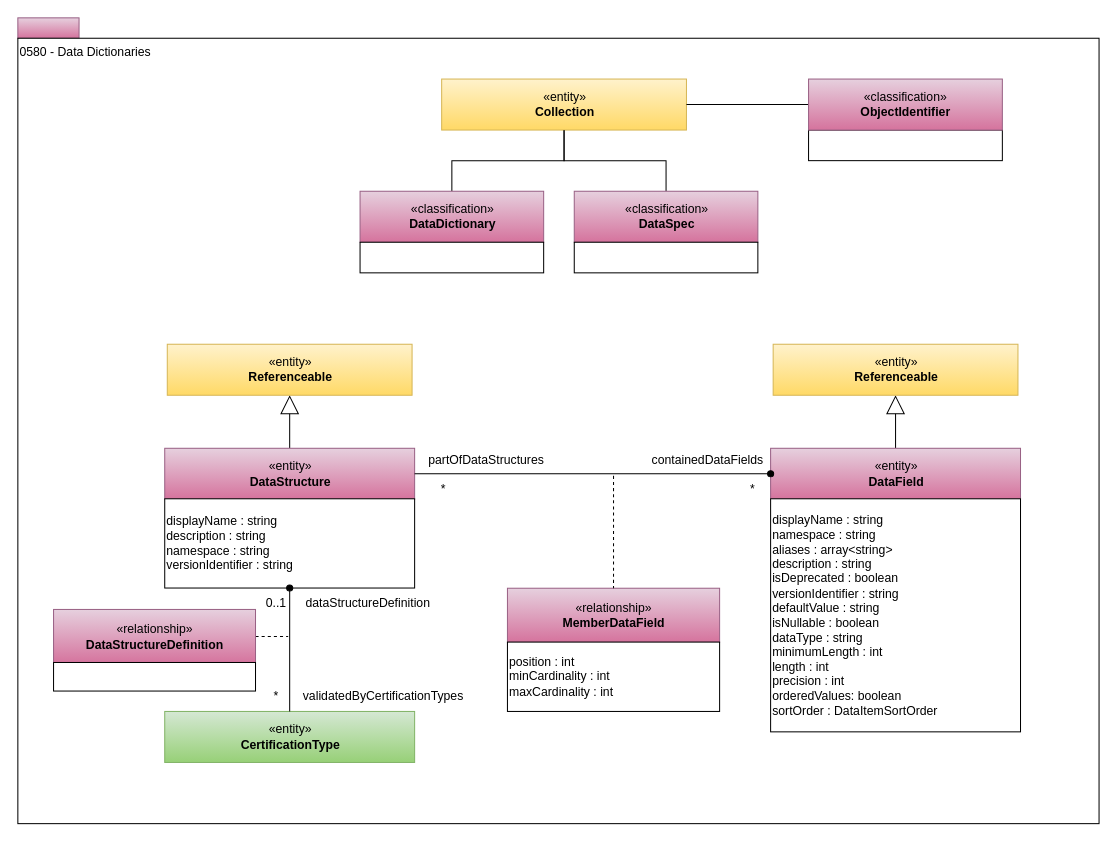
Earlier version of the draw.io diagram page "0580-Data-Dictionaries" (34 of 36) of site/docs/types/5/area-5-models-and-schema.drawio (odpi/egeria-docs). Source tidied: cells renumbered, new cells numbered last; positions are measured from the earlier drawing's top-left corner, leaving out a move shared by most shapes. Both pictures are drawn from the tidied source at 102%, with x=0, y=0 at pixel (17, 17).
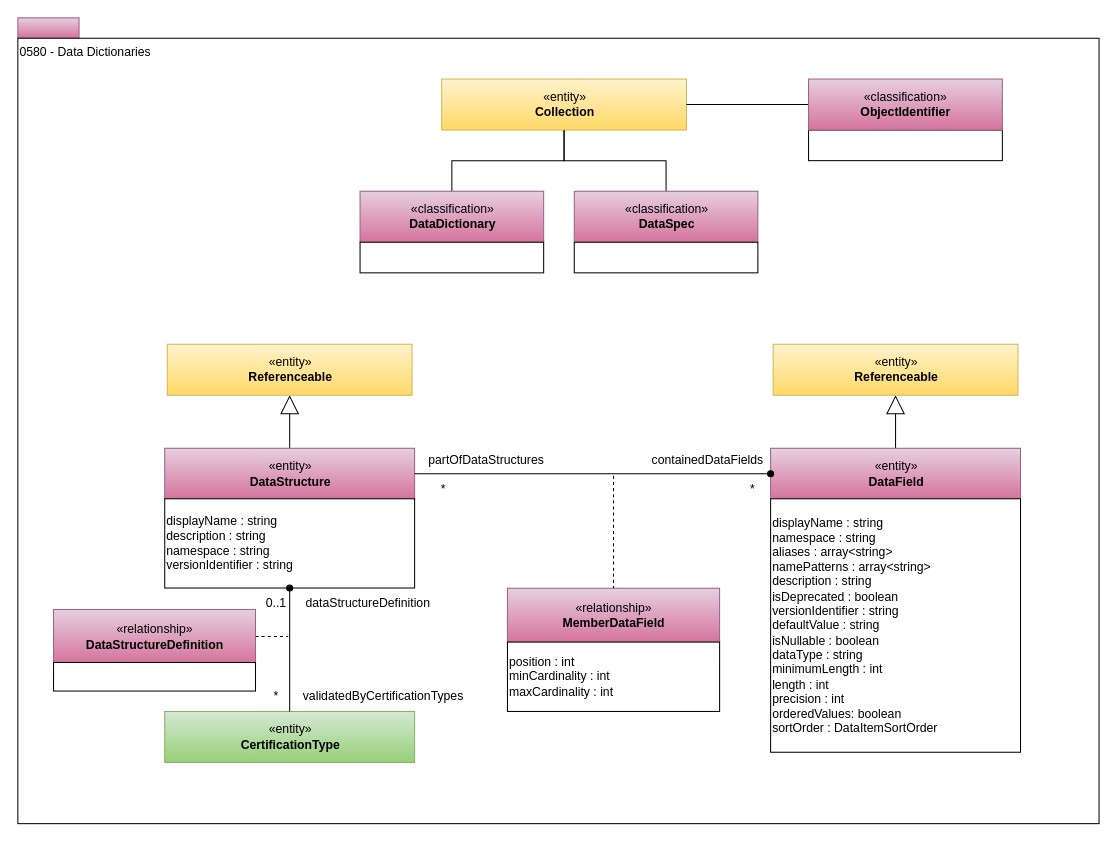
The same page after the edit.

Commit message (it also covers changes not shown here):
Move namePatterns to DataField

What changed in the source:
```diff
@@
-    <mxCell id="14" value="displayName : string&lt;div&gt;namespace : string&lt;/div&gt;&lt;div&gt;aliases : array&amp;lt;string&amp;gt;&lt;br&gt;description : string&lt;/div&gt;&lt;div&gt;isDeprecated : boolean&lt;br&gt;versionIdentifier : string&lt;/div&gt;&lt;div&gt;defaultValue : string&lt;div&gt;isNullable : boolean&lt;br&gt;&lt;/div&gt;&lt;/div&gt;&lt;div&gt;dataType : string&lt;br&gt;minimumLength : int&lt;br&gt;length : int&lt;br&gt;precision : int&lt;/div&gt;&lt;div&gt;&lt;span style=&quot;background-color: transparent; color: light-dark(rgb(0, 0, 0), rgb(255, 255, 255));&quot;&gt;orderedValues: boolean&lt;/span&gt;&lt;br&gt;&lt;/div&gt;&lt;div&gt;&lt;span style=&quot;background-color: transparent; color: light-dark(rgb(0, 0, 0), rgb(255, 255, 255));&quot;&gt;sortOrder : DataItemSortOrder&lt;/span&gt;&lt;/div&gt;" style="rounded=0;whiteSpace=wrap;html=1;align=left;" parent="1" vertex="1">
-      <mxGeometry x="738" y="471.5" width="245" height="228.5" as="geometry" />
+    <mxCell id="14" value="displayName : string&lt;div&gt;namespace : string&lt;/div&gt;&lt;div&gt;aliases : array&amp;lt;string&amp;gt;&lt;/div&gt;&lt;div&gt;namePatterns : array&amp;lt;string&amp;gt;&lt;br&gt;description : string&lt;/div&gt;&lt;div&gt;isDeprecated : boolean&lt;br&gt;versionIdentifier : string&lt;/div&gt;&lt;div&gt;defaultValue : string&lt;div&gt;isNullable : boolean&lt;br&gt;&lt;/div&gt;&lt;/div&gt;&lt;div&gt;dataType : string&lt;br&gt;minimumLength : int&lt;br&gt;length : int&lt;br&gt;precision : int&lt;/div&gt;&lt;div&gt;&lt;span style=&quot;background-color: transparent; color: light-dark(rgb(0, 0, 0), rgb(255, 255, 255));&quot;&gt;orderedValues: boolean&lt;/span&gt;&lt;br&gt;&lt;/div&gt;&lt;div&gt;&lt;span style=&quot;background-color: transparent; color: light-dark(rgb(0, 0, 0), rgb(255, 255, 255));&quot;&gt;sortOrder : DataItemSortOrder&lt;/span&gt;&lt;/div&gt;" style="rounded=0;whiteSpace=wrap;html=1;align=left;" parent="1" vertex="1">
+      <mxGeometry x="738" y="471.5" width="245" height="248.5" as="geometry" />
     </mxCell>
```
